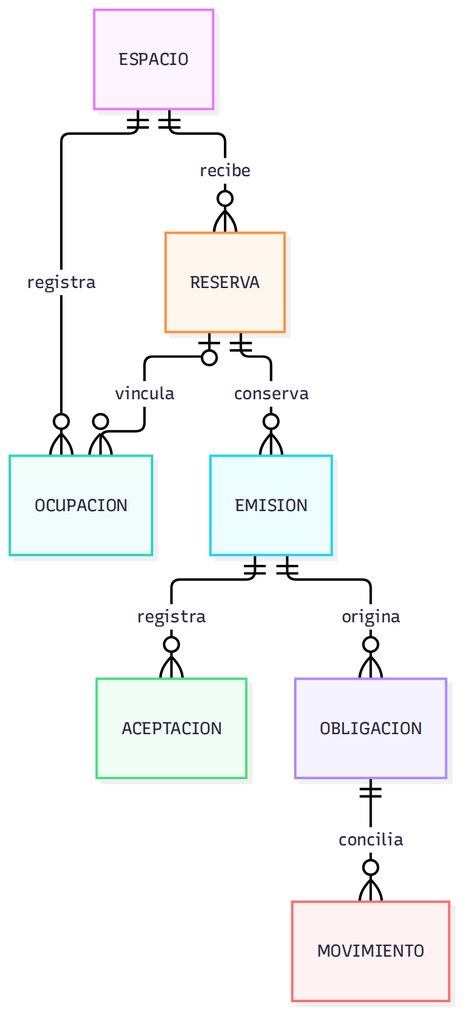
HernanEspinozaDev/proyectotitulo keeps this Mermaid diagram as tesis_final/assets/figuras/fig13_modelo_logico_objetivo.png. Above is the earlier version. Its source is kept beside it as tesis_final/assets/diagramas_src/fig13_modelo_logico_objetivo.mmd.
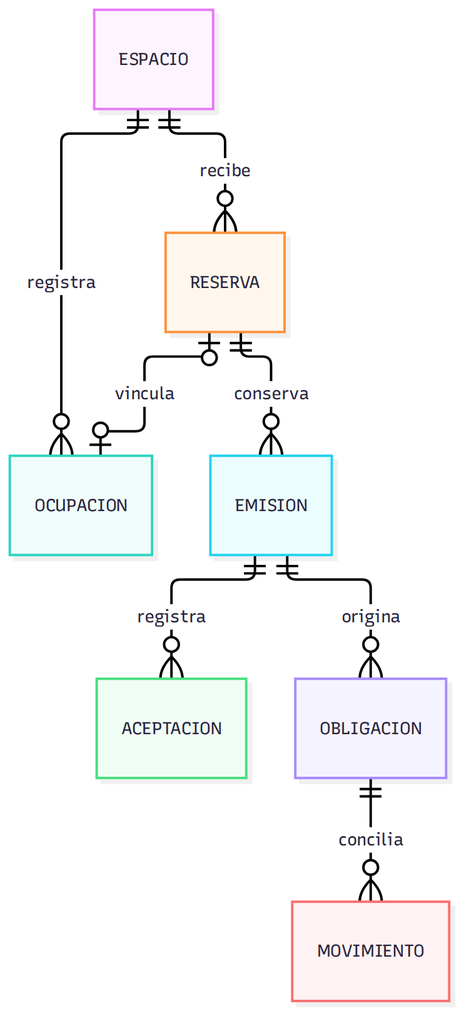
The same diagram one commit later.

Commit message:
docs: corregir cardinalidad y presentación de los diagramas del capítulo IX

Diff of the diagram source:
```diff
@@ -1,7 +1,7 @@
 erDiagram
     ESPACIO ||--o{ OCUPACION : registra
     ESPACIO ||--o{ RESERVA : recibe
-    RESERVA o|--o{ OCUPACION : vincula
+    RESERVA o|--o| OCUPACION : vincula
     RESERVA ||--o{ EMISION : conserva
     EMISION ||--o{ ACEPTACION : registra
     EMISION ||--o{ OBLIGACION : origina
```
